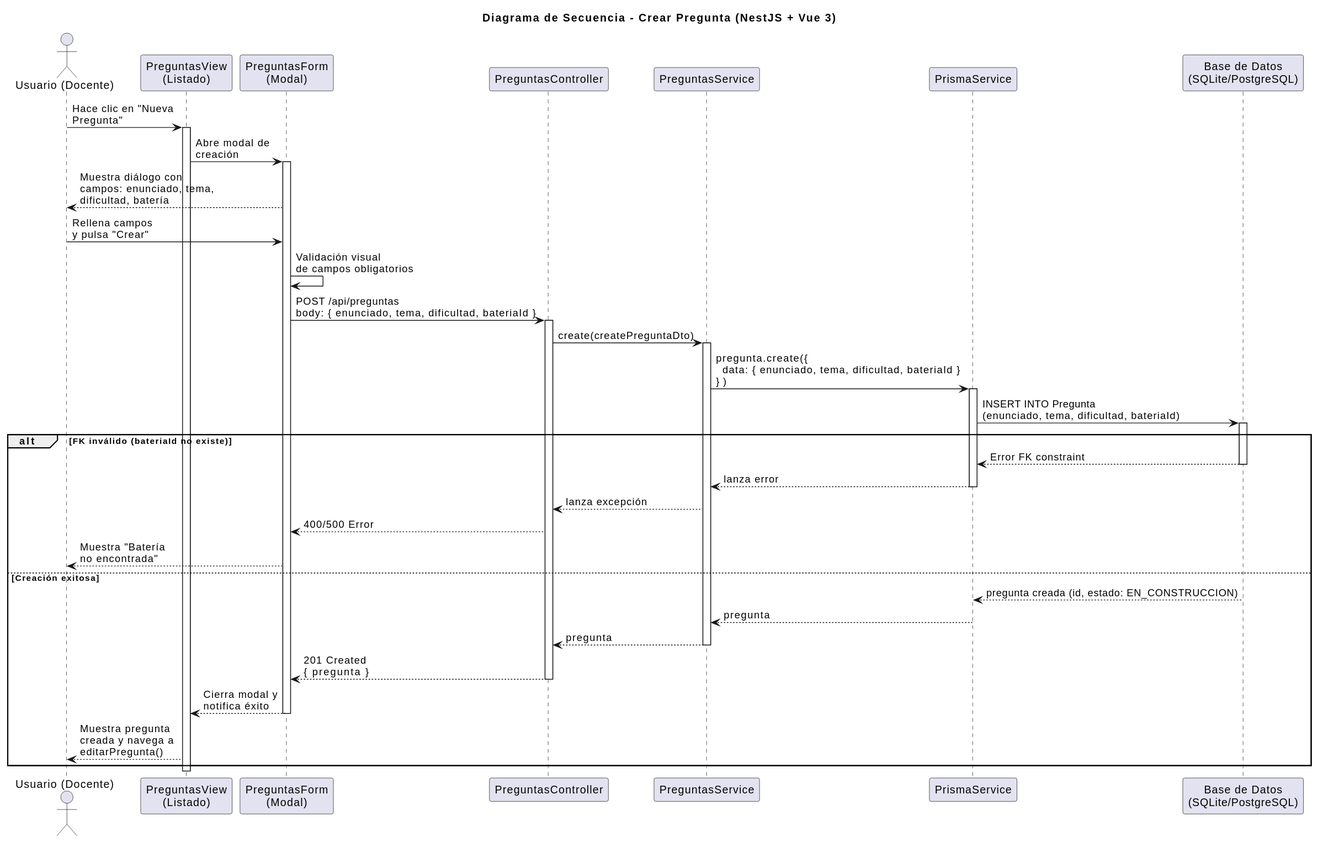
Earlier version of the PlantUML export images/diseño/crearPregunta/secuencia.svg (marcosgutierrez6/25-26-idsw2-sdVC).
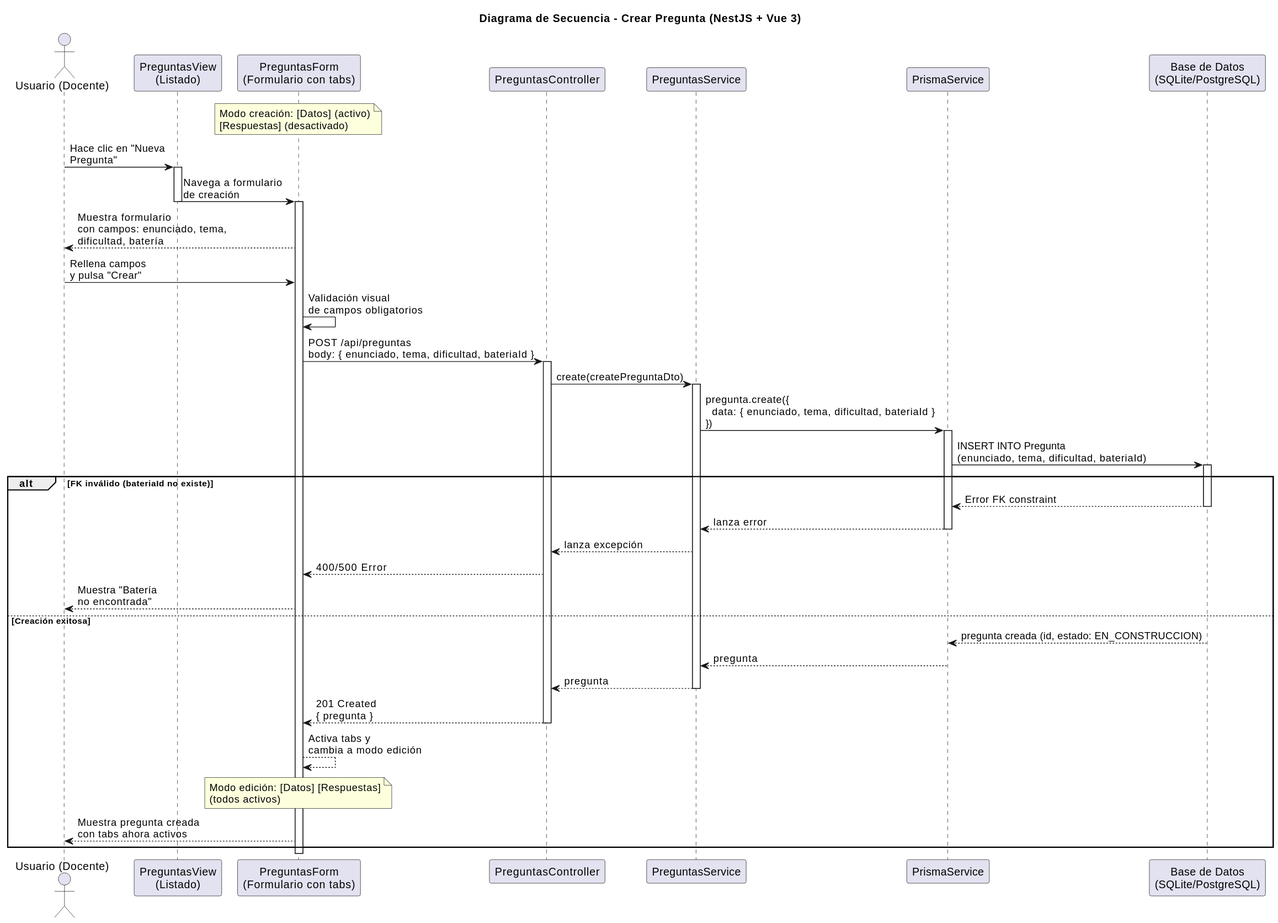
After the commit.

Change to the diagram source:
```diff
@@ -3,18 +3,21 @@
 
 actor "Usuario (Docente)" as User
 participant "PreguntasView\n(Listado)" as List
-participant "PreguntasForm\n(Modal)" as Form
+participant "PreguntasForm\n(Formulario con tabs)" as Form
 participant "PreguntasController" as Controller
 participant "PreguntasService" as Service
 participant "PrismaService" as Prisma
 participant "Base de Datos\n(SQLite/PostgreSQL)" as DB
 
+note over Form : Modo creación: [Datos] (activo)\n[Respuestas] (desactivado)
+
 User -> List: Hace clic en "Nueva\nPregunta"
 activate List
 
-List -> Form: Abre modal de\ncreación
+List -> Form: Navega a formulario\nde creación
+deactivate List
 activate Form
-Form --> User: Muestra diálogo con\ncampos: enunciado, tema,\ndificultad, batería
+Form --> User: Muestra formulario\ncon campos: enunciado, tema,\ndificultad, batería
 
 User -> Form: Rellena campos\ny pulsa "Crear"
 Form -> Form: Validación visual\nde campos obligatorios
@@ -49,10 +52,8 @@
   Controller --> Form: 201 Created\n{ pregunta }
   deactivate Controller
 
-  Form --> List: Cierra modal y\nnotifica éxito
-  deactivate Form
-  List --> User: Muestra pregunta\ncreada y navega a\neditarPregunta()
+  Form --> Form: Activa tabs y\ncambia a modo edición
+  note over Form : Modo edición: [Datos] [Respuestas]\n(todos activos)
+  Form --> User: Muestra pregunta creada\ncon tabs ahora activos
 end
-
-deactivate List
 @enduml
```
